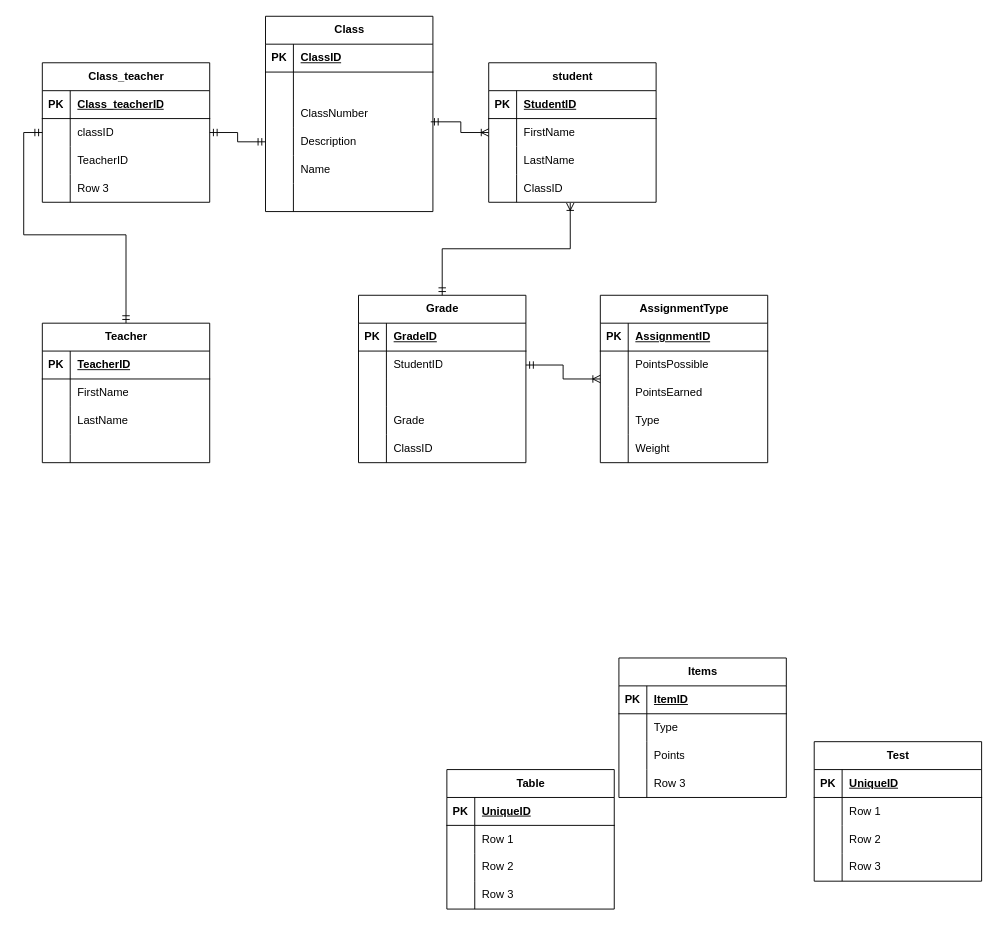
Earlier version of the draw.io diagram Midterm.drawio (Ejoy243/ERDs). Source tidied: cells renumbered, new cells numbered last; positions are measured from the earlier drawing's top-left corner, leaving out a move shared by most shapes. Both pictures are drawn from the tidied source at 93%, with x=0, y=0 at pixel (42, 16).
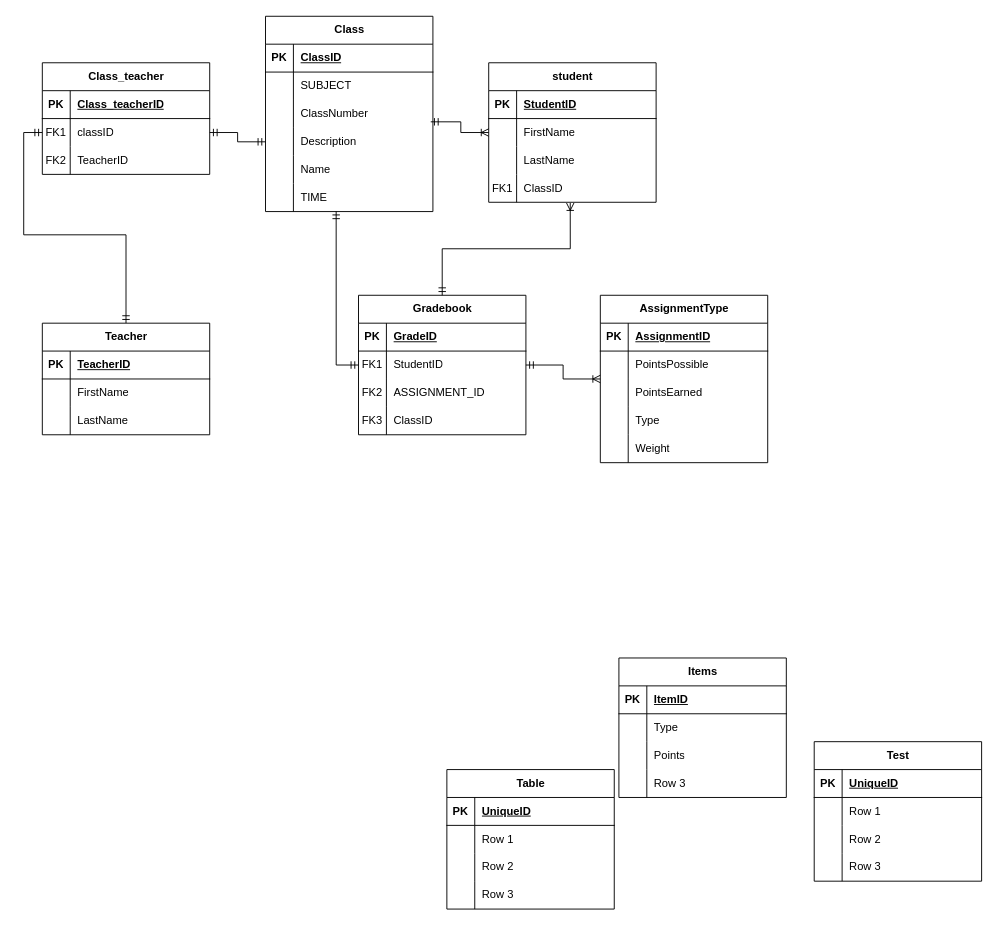
The same diagram, later.

The change refers to these unchanged cells:
```xml
<mxCell id="6" style="shape=tableRow;horizontal=0;startSize=0;swimlaneHead=0;swimlaneBody=0;fillColor=none;top=0;left=0;right=0;bottom=0;" parent="2" vertex="1">
  <mxGeometry y="60" width="180" height="30" as="geometry" />
</mxCell>
<mxCell id="18" style="shape=tableRow;horizontal=0;startSize=0;swimlaneHead=0;swimlaneBody=0;fillColor=none;points=[[0,0.5],[1,0.5]];portConstraint=eastwest;top=0;left=0;right=0;bottom=0;" parent="2" vertex="1">
  <mxGeometry y="180" width="180" height="30" as="geometry" />
</mxCell>
<mxCell id="31" style="shape=tableRow;horizontal=0;startSize=0;swimlaneHead=0;swimlaneBody=0;fillColor=none;points=[[0,0.5],[1,0.5]];portConstraint=eastwest;top=0;left=0;right=0;bottom=0;" parent="21" vertex="1">
  <mxGeometry y="120" width="180" height="30" as="geometry" />
</mxCell>
<mxCell id="68" style="shape=tableRow;horizontal=0;startSize=0;swimlaneHead=0;swimlaneBody=0;fillColor=none;points=[[0,0.5],[1,0.5]];portConstraint=eastwest;top=0;left=0;right=0;bottom=0;" parent="64" vertex="1">
  <mxGeometry y="60" width="180" height="30" as="geometry" />
</mxCell>
<mxCell id="71" style="shape=tableRow;horizontal=0;startSize=0;swimlaneHead=0;swimlaneBody=0;fillColor=none;top=0;left=0;right=0;bottom=0;" parent="64" vertex="1">
  <mxGeometry y="90" width="180" height="30" as="geometry" />
</mxCell>
<mxCell id="124" style="shape=tableRow;horizontal=0;startSize=0;swimlaneHead=0;swimlaneBody=0;fillColor=none;points=[[0,0.5],[1,0.5]];portConstraint=eastwest;top=0;left=0;right=0;bottom=0;" parent="120" vertex="1">
  <mxGeometry y="60" width="180" height="30" as="geometry" />
</mxCell>
<mxCell id="127" style="shape=tableRow;horizontal=0;startSize=0;swimlaneHead=0;swimlaneBody=0;fillColor=none;top=0;left=0;right=0;bottom=0;" parent="120" vertex="1">
  <mxGeometry y="90" width="180" height="30" as="geometry" />
</mxCell>
```

The edit, as a diff of the source:
```diff
@@
-    <mxCell id="8" style="shape=partialRectangle;fillColor=none;top=0;left=0;bottom=0;right=0;align=left;spacingLeft=6;overflow=hidden;whiteSpace=wrap;html=1;" parent="6" vertex="1">
+    <mxCell id="8" value="SUBJECT" style="shape=partialRectangle;fillColor=none;top=0;left=0;bottom=0;right=0;align=left;spacingLeft=6;overflow=hidden;whiteSpace=wrap;html=1;" parent="6" vertex="1">
       <mxGeometry x="30" width="150" height="30" as="geometry" />
     </mxCell>
@@
-    <mxCell id="20" style="shape=partialRectangle;fillColor=none;top=0;left=0;bottom=0;right=0;align=left;spacingLeft=6;overflow=hidden;whiteSpace=wrap;html=1;" parent="18" vertex="1">
+    <mxCell id="20" value="TIME" style="shape=partialRectangle;fillColor=none;top=0;left=0;bottom=0;right=0;align=left;spacingLeft=6;overflow=hidden;whiteSpace=wrap;html=1;" parent="18" vertex="1">
       <mxGeometry x="30" width="150" height="30" as="geometry" />
     </mxCell>
@@
-    <mxCell id="32" style="shape=partialRectangle;fillColor=none;top=0;left=0;bottom=0;right=0;overflow=hidden;whiteSpace=wrap;html=1;" parent="31" vertex="1">
+    <mxCell id="32" value="FK1" style="shape=partialRectangle;fillColor=none;top=0;left=0;bottom=0;right=0;overflow=hidden;whiteSpace=wrap;html=1;" parent="31" vertex="1">
       <mxGeometry width="30" height="30" as="geometry" />
     </mxCell>
@@
-    <mxCell id="64" value="Grade" style="shape=table;startSize=30;childLayout=tableLayout;rowLines=0;fontStyle=1;align=center;html=1;" parent="1" vertex="1">
-      <mxGeometry x="340" y="300" width="180" height="180" as="geometry" />
+    <mxCell id="64" value="Gradebook" style="shape=table;startSize=30;childLayout=tableLayout;rowLines=0;fontStyle=1;align=center;html=1;" parent="1" vertex="1">
+      <mxGeometry x="340" y="300" width="180" height="150" as="geometry" />
     </mxCell>
@@
-    <mxCell id="69" style="shape=partialRectangle;fillColor=none;top=0;left=0;bottom=0;right=0;overflow=hidden;whiteSpace=wrap;html=1;" parent="68" vertex="1">
+    <mxCell id="69" value="FK1" style="shape=partialRectangle;fillColor=none;top=0;left=0;bottom=0;right=0;overflow=hidden;whiteSpace=wrap;html=1;" parent="68" vertex="1">
       <mxGeometry width="30" height="30" as="geometry" />
     </mxCell>
@@
-    <mxCell id="72" style="shape=partialRectangle;fillColor=none;top=0;left=0;bottom=0;right=0;overflow=hidden;whiteSpace=wrap;html=1;" parent="71" vertex="1">
+    <mxCell id="72" value="FK2" style="shape=partialRectangle;fillColor=none;top=0;left=0;bottom=0;right=0;overflow=hidden;whiteSpace=wrap;html=1;" parent="71" vertex="1">
       <mxGeometry width="30" height="30" as="geometry" />
     </mxCell>
-    <mxCell id="73" style="shape=partialRectangle;fillColor=none;top=0;left=0;bottom=0;right=0;align=left;spacingLeft=6;overflow=hidden;whiteSpace=wrap;html=1;" parent="71" vertex="1">
+    <mxCell id="73" value="ASSIGNMENT_ID" style="shape=partialRectangle;fillColor=none;top=0;left=0;bottom=0;right=0;align=left;spacingLeft=6;overflow=hidden;whiteSpace=wrap;html=1;" parent="71" vertex="1">
       <mxGeometry x="30" width="150" height="30" as="geometry" />
     </mxCell>
-    <mxCell id="74" style="shape=tableRow;horizontal=0;startSize=0;swimlaneHead=0;swimlaneBody=0;fillColor=none;top=0;left=0;right=0;bottom=0;" parent="64" vertex="1">
-      <mxGeometry y="120" width="180" height="30" as="geometry" />
-    </mxCell>
-    <mxCell id="75" style="shape=partialRectangle;fillColor=none;top=0;left=0;bottom=0;right=0;overflow=hidden;whiteSpace=wrap;html=1;" parent="74" vertex="1">
-      <mxGeometry width="30" height="30" as="geometry" />
-    </mxCell>
-    <mxCell id="76" value="Grade" style="shape=partialRectangle;fillColor=none;top=0;left=0;bottom=0;right=0;align=left;spacingLeft=6;overflow=hidden;whiteSpace=wrap;html=1;" parent="74" vertex="1">
-      <mxGeometry x="30" width="150" height="30" as="geometry" />
-    </mxCell>
     <mxCell id="77" style="shape=tableRow;horizontal=0;startSize=0;swimlaneHead=0;swimlaneBody=0;fillColor=none;top=0;left=0;right=0;bottom=0;" parent="64" vertex="1">
-      <mxGeometry y="150" width="180" height="30" as="geometry" />
+      <mxGeometry y="120" width="180" height="30" as="geometry" />
     </mxCell>
-    <mxCell id="78" style="shape=partialRectangle;fillColor=none;top=0;left=0;bottom=0;right=0;overflow=hidden;whiteSpace=wrap;html=1;" parent="77" vertex="1">
+    <mxCell id="78" value="FK3" style="shape=partialRectangle;fillColor=none;top=0;left=0;bottom=0;right=0;overflow=hidden;whiteSpace=wrap;html=1;" parent="77" vertex="1">
       <mxGeometry width="30" height="30" as="geometry" />
     </mxCell>
@@
     <mxCell id="81" value="Teacher" style="shape=table;startSize=30;childLayout=tableLayout;rowLines=0;fontStyle=1;align=center;html=1;" parent="1" vertex="1">
-      <mxGeometry y="330" width="180" height="150" as="geometry" />
+      <mxGeometry y="330" width="180" height="120" as="geometry" />
     </mxCell>
@@
-    <mxCell id="91" style="shape=tableRow;horizontal=0;startSize=0;swimlaneHead=0;swimlaneBody=0;fillColor=none;top=0;left=0;right=0;bottom=0;" parent="81" vertex="1">
-      <mxGeometry y="120" width="180" height="30" as="geometry" />
-    </mxCell>
-    <mxCell id="92" style="shape=partialRectangle;fillColor=none;top=0;left=0;bottom=0;right=0;overflow=hidden;whiteSpace=wrap;html=1;" parent="91" vertex="1">
-      <mxGeometry width="30" height="30" as="geometry" />
-    </mxCell>
-    <mxCell id="93" style="shape=partialRectangle;fillColor=none;top=0;left=0;bottom=0;right=0;align=left;spacingLeft=6;overflow=hidden;whiteSpace=wrap;html=1;" parent="91" vertex="1">
-      <mxGeometry x="30" width="150" height="30" as="geometry" />
-    </mxCell>
@@
     <mxCell id="120" value="Class_teacher" style="shape=table;startSize=30;childLayout=tableLayout;rowLines=0;fontStyle=1;align=center;html=1;" parent="1" vertex="1">
-      <mxGeometry y="50" width="180" height="150" as="geometry" />
+      <mxGeometry y="50" width="180" height="120" as="geometry" />
     </mxCell>
@@
-    <mxCell id="125" style="shape=partialRectangle;fillColor=none;top=0;left=0;bottom=0;right=0;overflow=hidden;whiteSpace=wrap;html=1;" parent="124" vertex="1">
+    <mxCell id="125" value="FK1" style="shape=partialRectangle;fillColor=none;top=0;left=0;bottom=0;right=0;overflow=hidden;whiteSpace=wrap;html=1;" parent="124" vertex="1">
       <mxGeometry width="30" height="30" as="geometry" />
     </mxCell>
@@
-    <mxCell id="128" style="shape=partialRectangle;fillColor=none;top=0;left=0;bottom=0;right=0;overflow=hidden;whiteSpace=wrap;html=1;" parent="127" vertex="1">
+    <mxCell id="128" value="FK2" style="shape=partialRectangle;fillColor=none;top=0;left=0;bottom=0;right=0;overflow=hidden;whiteSpace=wrap;html=1;" parent="127" vertex="1">
       <mxGeometry width="30" height="30" as="geometry" />
     </mxCell>
@@
-    <mxCell id="130" style="shape=tableRow;horizontal=0;startSize=0;swimlaneHead=0;swimlaneBody=0;fillColor=none;top=0;left=0;right=0;bottom=0;" parent="120" vertex="1">
-      <mxGeometry y="120" width="180" height="30" as="geometry" />
-    </mxCell>
-    <mxCell id="131" style="shape=partialRectangle;fillColor=none;top=0;left=0;bottom=0;right=0;overflow=hidden;whiteSpace=wrap;html=1;" parent="130" vertex="1">
-      <mxGeometry width="30" height="30" as="geometry" />
-    </mxCell>
-    <mxCell id="132" value="Row 3" style="shape=partialRectangle;fillColor=none;top=0;left=0;bottom=0;right=0;align=left;spacingLeft=6;overflow=hidden;whiteSpace=wrap;html=1;" parent="130" vertex="1">
-      <mxGeometry x="30" width="150" height="30" as="geometry" />
-    </mxCell>
@@
+    <mxCell id="136" style="edgeStyle=orthogonalEdgeStyle;rounded=0;jettySize=auto;html=1;entryX=0.422;entryY=0.987;entryDx=0;entryDy=0;entryPerimeter=0;startArrow=ERmandOne;startFill=0;endArrow=ERmandOne;endFill=0;" parent="1" edge="1" source="68" target="18">
+      <mxGeometry relative="1" as="geometry" />
+    </mxCell>
```
